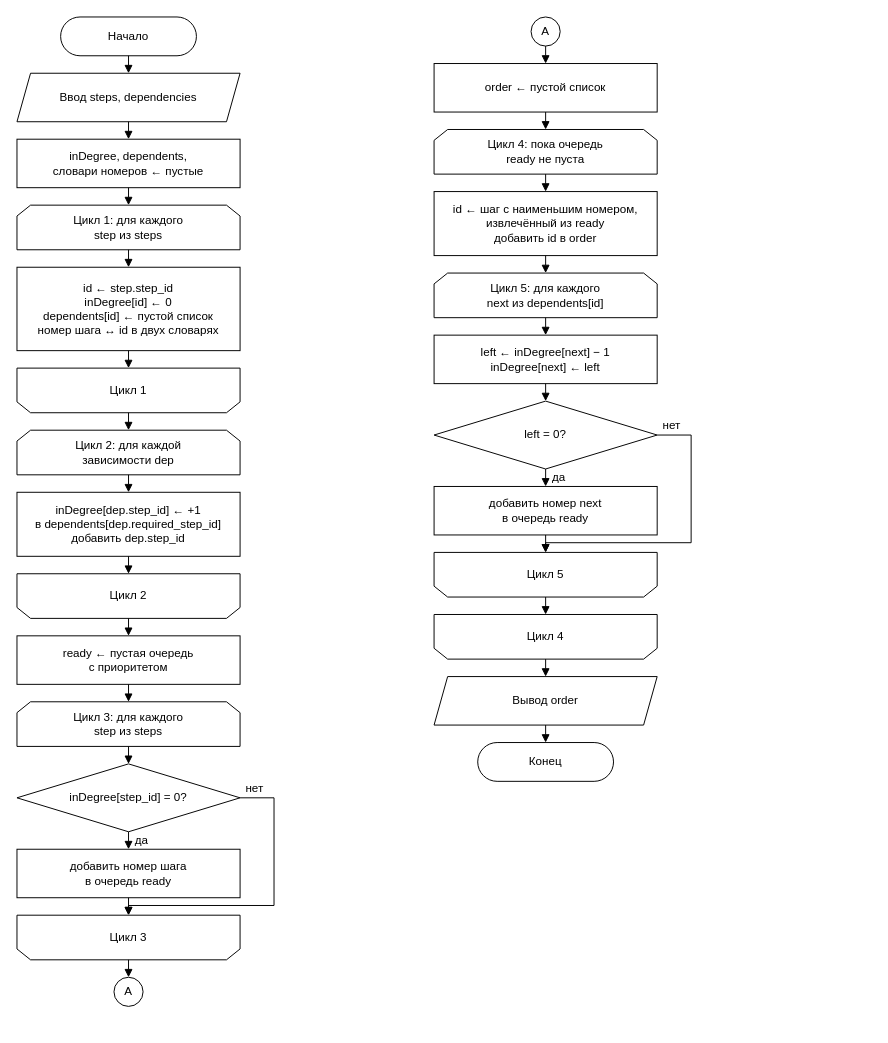
Before: models/algo_1.drawio in kotel24/ar-trainer, a draw.io diagram. Source tidied: cells renumbered, new cells numbered last; positions are measured from the earlier drawing's top-left corner, leaving out a move shared by most shapes. Both pictures are drawn from the tidied source at 97%, with x=0, y=0 at pixel (16, 16).
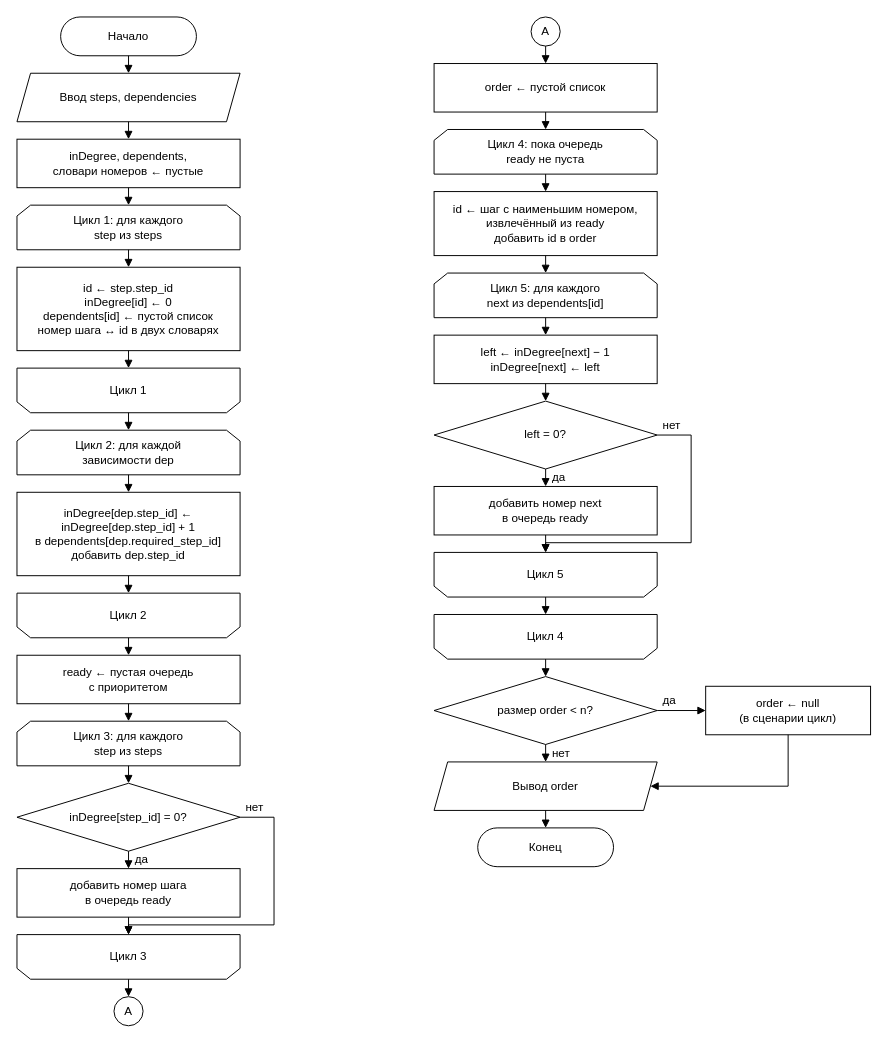
Above is the later version.

Unchanged cells that the change refers to:
```xml
<mxCell id="26" value="Цикл 4" style="shape=loopLimit;size=14;flipV=1;whiteSpace=wrap;html=1;fillColor=#ffffff;strokeColor=#000000;fontColor=#000000;fontSize=12;fontFamily=Helvetica;" parent="1" vertex="1">
  <mxGeometry x="430" y="616" width="230" height="46" as="geometry" />
</mxCell>
```

The edit, as a diff of the source:
```diff
@@
-    <mxCell id="9" value="inDegree[dep.step_id] ← +1&lt;br&gt;в dependents[dep.required_step_id]&lt;br&gt;добавить dep.step_id" style="rounded=0;whiteSpace=wrap;html=1;fillColor=#ffffff;strokeColor=#000000;fontColor=#000000;fontSize=12;fontFamily=Helvetica;" parent="1" vertex="1">
-      <mxGeometry y="490" width="230" height="66" as="geometry" />
+    <mxCell id="9" value="inDegree[dep.step_id] ←&lt;br&gt;inDegree[dep.step_id] + 1&lt;br&gt;в dependents[dep.required_step_id]&lt;br&gt;добавить dep.step_id" style="rounded=0;whiteSpace=wrap;html=1;fillColor=#ffffff;strokeColor=#000000;fontColor=#000000;fontSize=12;fontFamily=Helvetica;" parent="1" vertex="1">
+      <mxGeometry y="490" width="230" height="86" as="geometry" />
     </mxCell>
     <mxCell id="10" value="Цикл 2" style="shape=loopLimit;size=14;flipV=1;whiteSpace=wrap;html=1;fillColor=#ffffff;strokeColor=#000000;fontColor=#000000;fontSize=12;fontFamily=Helvetica;" parent="1" vertex="1">
-      <mxGeometry y="574" width="230" height="46" as="geometry" />
+      <mxGeometry y="594" width="230" height="46" as="geometry" />
     </mxCell>
     <mxCell id="11" value="ready ← пустая очередь&lt;br&gt;с приоритетом" style="rounded=0;whiteSpace=wrap;html=1;fillColor=#ffffff;strokeColor=#000000;fontColor=#000000;fontSize=12;fontFamily=Helvetica;" parent="1" vertex="1">
-      <mxGeometry y="638" width="230" height="50" as="geometry" />
+      <mxGeometry y="658" width="230" height="50" as="geometry" />
     </mxCell>
     <mxCell id="12" value="Цикл 3: для каждого&lt;br&gt;step из steps" style="shape=loopLimit;size=14;whiteSpace=wrap;html=1;fillColor=#ffffff;strokeColor=#000000;fontColor=#000000;fontSize=12;fontFamily=Helvetica;" parent="1" vertex="1">
-      <mxGeometry y="706" width="230" height="46" as="geometry" />
+      <mxGeometry y="726" width="230" height="46" as="geometry" />
     </mxCell>
     <mxCell id="13" value="inDegree[step_id] = 0?" style="rhombus;whiteSpace=wrap;html=1;fillColor=#ffffff;strokeColor=#000000;fontColor=#000000;fontSize=12;fontFamily=Helvetica;" parent="1" vertex="1">
-      <mxGeometry y="770" width="230" height="70" as="geometry" />
+      <mxGeometry y="790" width="230" height="70" as="geometry" />
     </mxCell>
     <mxCell id="14" value="добавить номер шага&lt;br&gt;в очередь ready" style="rounded=0;whiteSpace=wrap;html=1;fillColor=#ffffff;strokeColor=#000000;fontColor=#000000;fontSize=12;fontFamily=Helvetica;" parent="1" vertex="1">
-      <mxGeometry y="858" width="230" height="50" as="geometry" />
+      <mxGeometry y="878" width="230" height="50" as="geometry" />
     </mxCell>
     <mxCell id="15" value="Цикл 3" style="shape=loopLimit;size=14;flipV=1;whiteSpace=wrap;html=1;fillColor=#ffffff;strokeColor=#000000;fontColor=#000000;fontSize=12;fontFamily=Helvetica;" parent="1" vertex="1">
-      <mxGeometry y="926" width="230" height="46" as="geometry" />
+      <mxGeometry y="946" width="230" height="46" as="geometry" />
     </mxCell>
     <mxCell id="16" value="А" style="ellipse;whiteSpace=wrap;html=1;fillColor=#ffffff;strokeColor=#000000;fontColor=#000000;fontSize=12;fontFamily=Helvetica;" parent="1" vertex="1">
-      <mxGeometry x="100" y="990" width="30" height="30" as="geometry" />
+      <mxGeometry x="100" y="1010" width="30" height="30" as="geometry" />
     </mxCell>
@@
+    <mxCell id="60" value="размер order &lt; n?" style="rhombus;whiteSpace=wrap;html=1;fillColor=#ffffff;strokeColor=#000000;fontColor=#000000;fontSize=12;fontFamily=Helvetica;" parent="1" vertex="1">
+      <mxGeometry x="430" y="680" width="230" height="70" as="geometry" />
+    </mxCell>
     <mxCell id="27" value="Вывод order" style="shape=parallelogram;perimeter=parallelogramPerimeter;fixedSize=1;size=14;whiteSpace=wrap;html=1;fillColor=#ffffff;strokeColor=#000000;fontColor=#000000;fontSize=12;fontFamily=Helvetica;" parent="1" vertex="1">
-      <mxGeometry x="430" y="680" width="230" height="50" as="geometry" />
+      <mxGeometry x="430" y="768" width="230" height="50" as="geometry" />
     </mxCell>
     <mxCell id="28" value="Конец" style="rounded=1;arcSize=50;whiteSpace=wrap;html=1;fillColor=#ffffff;strokeColor=#000000;fontColor=#000000;fontSize=12;fontFamily=Helvetica;" parent="1" vertex="1">
-      <mxGeometry x="475" y="748" width="140" height="40" as="geometry" />
+      <mxGeometry x="475" y="836" width="140" height="40" as="geometry" />
     </mxCell>
+    <mxCell id="61" value="order ← null&lt;br&gt;(в сценарии цикл)" style="rounded=0;whiteSpace=wrap;html=1;fillColor=#ffffff;strokeColor=#000000;fontColor=#000000;fontSize=12;fontFamily=Helvetica;" parent="1" vertex="1">
+      <mxGeometry x="710" y="690" width="170" height="50" as="geometry" />
+    </mxCell>
@@
     <mxCell id="43" value="да" style="text;html=1;align=left;verticalAlign=middle;fontSize=12;fontColor=#000000;" parent="1" vertex="1">
-      <mxGeometry x="120" y="840" width="40" height="18" as="geometry" />
+      <mxGeometry x="120" y="860" width="40" height="18" as="geometry" />
     </mxCell>
     <mxCell id="44" style="edgeStyle=none;html=1;rounded=0;strokeColor=#000000;endArrow=block;endFill=1;endSize=6;exitX=1.0000;exitY=0.5000;exitDx=0;exitDy=0;entryX=0.5000;entryY=1.0000;entryDx=0;entryDy=0;exitPerimeter=0;entryPerimeter=0;" parent="1" edge="1" source="13" target="15">
       <mxGeometry relative="1" as="geometry">
         <Array as="points">
-          <mxPoint x="265" y="805" />
-          <mxPoint x="265" y="916" />
-          <mxPoint x="115" y="916" />
+          <mxPoint x="265" y="825" />
+          <mxPoint x="265" y="936" />
+          <mxPoint x="115" y="936" />
         </Array>
       </mxGeometry>
     </mxCell>
     <mxCell id="45" value="нет" style="text;html=1;align=left;verticalAlign=middle;fontSize=12;fontColor=#000000;" parent="1" vertex="1">
-      <mxGeometry x="234" y="786" width="40" height="18" as="geometry" />
+      <mxGeometry x="234" y="806" width="40" height="18" as="geometry" />
     </mxCell>
@@
-    <mxCell id="54" style="edgeStyle=none;html=1;rounded=0;strokeColor=#000000;endArrow=block;endFill=1;endSize=6;exitX=0.5000;exitY=0.0000;exitDx=0;exitDy=0;entryX=0.5000;entryY=0.0000;entryDx=0;entryDy=0;exitPerimeter=0;entryPerimeter=0;" parent="1" edge="1" source="26" target="27">
+    <mxCell id="54" style="edgeStyle=none;html=1;rounded=0;strokeColor=#000000;endArrow=block;endFill=1;endSize=6;exitX=0.5000;exitY=0.0000;exitDx=0;exitDy=0;entryX=0.5000;entryY=0.0000;entryDx=0;entryDy=0;exitPerimeter=0;entryPerimeter=0;" parent="1" edge="1" source="26" target="60">
       <mxGeometry relative="1" as="geometry" />
     </mxCell>
@@
+    <mxCell id="62" style="edgeStyle=none;html=1;rounded=0;strokeColor=#000000;endArrow=block;endFill=1;endSize=6;exitX=0.5000;exitY=1.0000;exitDx=0;exitDy=0;entryX=0.5000;entryY=0.0000;entryDx=0;entryDy=0;exitPerimeter=0;entryPerimeter=0;" parent="1" edge="1" source="60" target="27">
+      <mxGeometry relative="1" as="geometry" />
+    </mxCell>
+    <mxCell id="63" value="нет" style="text;html=1;align=left;verticalAlign=middle;fontSize=12;fontColor=#000000;" parent="1" vertex="1">
+      <mxGeometry x="550" y="750" width="40" height="18" as="geometry" />
+    </mxCell>
+    <mxCell id="64" style="edgeStyle=none;html=1;rounded=0;strokeColor=#000000;endArrow=block;endFill=1;endSize=6;exitX=1.0000;exitY=0.5000;exitDx=0;exitDy=0;entryX=0.0000;entryY=0.5000;entryDx=0;entryDy=0;exitPerimeter=0;entryPerimeter=0;" parent="1" edge="1" source="60" target="61">
+      <mxGeometry relative="1" as="geometry" />
+    </mxCell>
+    <mxCell id="65" value="да" style="text;html=1;align=left;verticalAlign=middle;fontSize=12;fontColor=#000000;" parent="1" vertex="1">
+      <mxGeometry x="664" y="696" width="40" height="18" as="geometry" />
+    </mxCell>
+    <mxCell id="66" style="edgeStyle=none;html=1;rounded=0;strokeColor=#000000;endArrow=block;endFill=1;endSize=6;exitX=0.5000;exitY=1.0000;exitDx=0;exitDy=0;entryX=0.9696;entryY=0.5000;entryDx=0;entryDy=0;exitPerimeter=0;entryPerimeter=0;" parent="1" edge="1" source="61" target="27">
+      <mxGeometry relative="1" as="geometry">
+        <Array as="points">
+          <mxPoint x="795" y="793" />
+        </Array>
+      </mxGeometry>
+    </mxCell>
```
